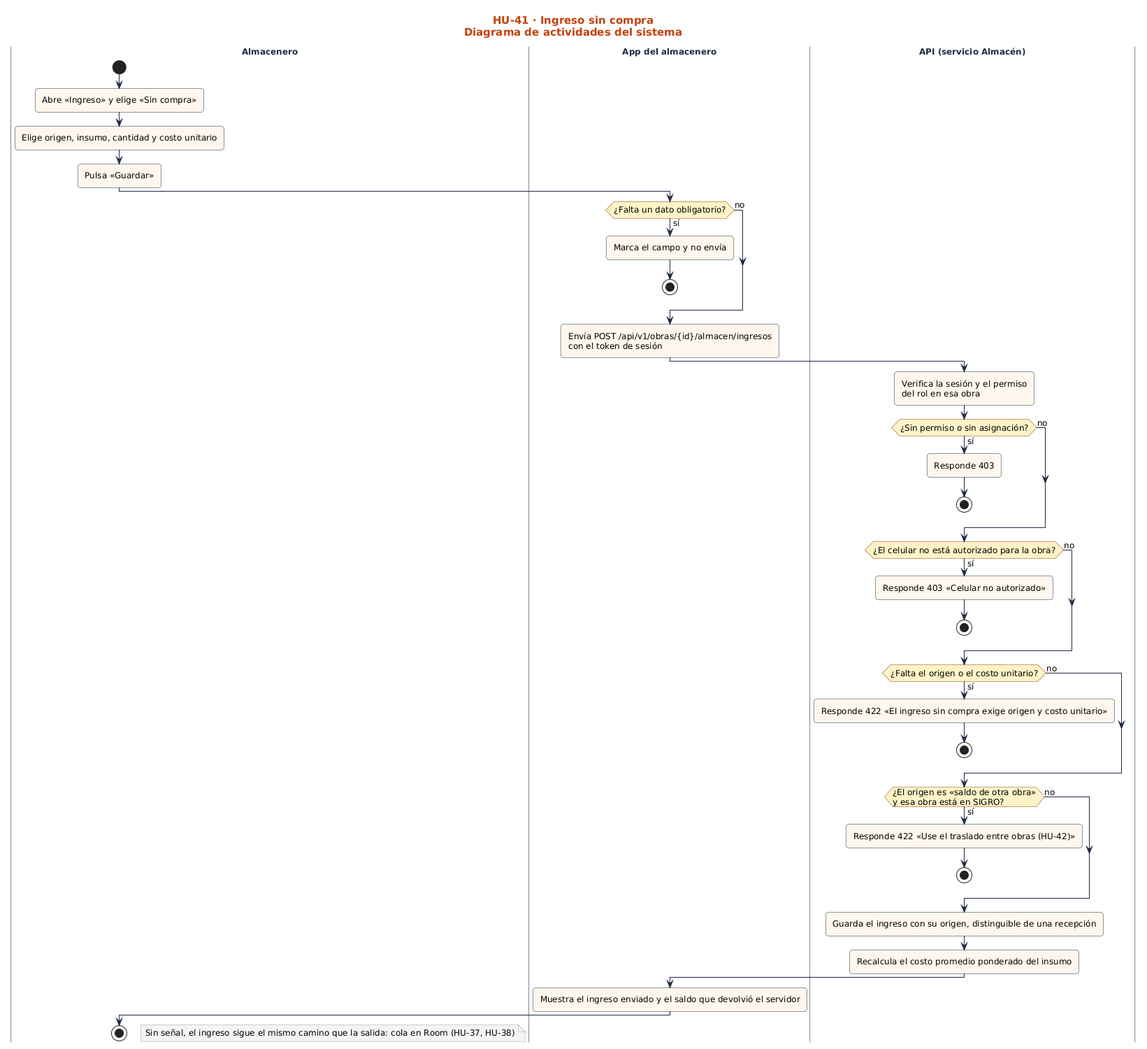
Before: docs/sprint-2/diagramas-hu/hu-41-ingreso-sin-compra/actividades.png, a diagram exported from PlantUML (nandoestebanif/sevens-sigro). Its diagram source:
```plantuml
@startuml
!include ../../estilo.iuml
title HU-41 · Ingreso sin compra\nDiagrama de actividades del sistema
|Almacenero|
start
:Abre «Ingreso» y elige «Sin compra»;
:Elige origen, insumo, cantidad y costo unitario;
:Pulsa «Guardar»;
|App del almacenero|
if (¿Falta un dato obligatorio?) then (sí)
:Marca el campo y no envía;
stop
else (no)
endif
:Envía POST /api/v1/obras/{id}/almacen/ingresos\ncon el token de sesión;
|API (servicio Almacén)|
:Verifica la sesión y el permiso\ndel rol en esa obra;
if (¿Sin permiso o sin asignación?) then (sí)
:Responde 403;
stop
else (no)
endif
if (¿El celular no está autorizado para la obra?) then (sí)
:Responde 403 «Celular no autorizado»;
stop
else (no)
endif
if (¿Falta el origen o el costo unitario?) then (sí)
:Responde 422 «El ingreso sin compra exige origen y costo unitario»;
stop
else (no)
endif
if (¿El origen es «saldo de otra obra»\ny esa obra está en SIGRO?) then (sí)
:Responde 422 «Use el traslado entre obras (HU-42)»;
stop
else (no)
endif
:Guarda el ingreso con su origen, distinguible de una recepción;
:Recalcula el costo promedio ponderado del insumo;
|App del almacenero|
:Muestra el ingreso enviado y el saldo que devolvió el servidor;
|Almacenero|
stop
floating note right: Sin señal, el ingreso sigue el mismo camino que la salida: cola en Room (HU-37, HU-38)
@enduml
```
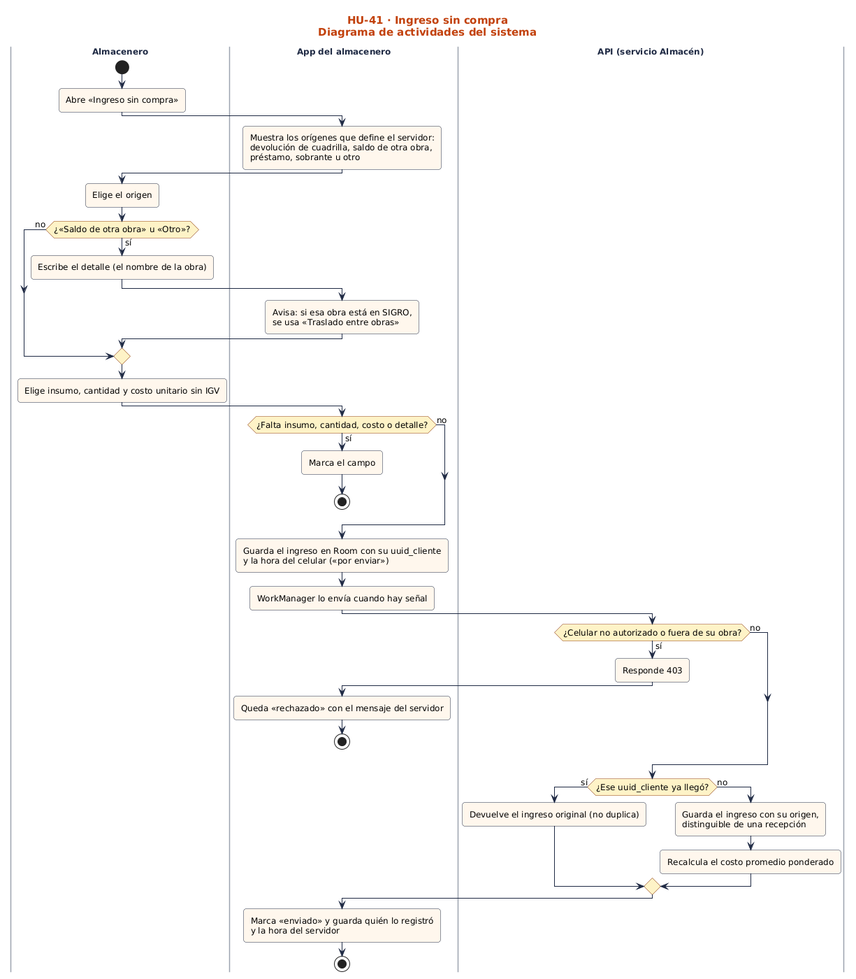
After the commit.

Commit message:
docs(HU-41): diagramas de actividades y secuencia según el código de la app

Change to the diagram source:
```diff
@@ -3,43 +3,43 @@
 title HU-41 · Ingreso sin compra\nDiagrama de actividades del sistema
 |Almacenero|
 start
-:Abre «Ingreso» y elige «Sin compra»;
-:Elige origen, insumo, cantidad y costo unitario;
-:Pulsa «Guardar»;
+:Abre «Ingreso sin compra»;
 |App del almacenero|
-if (¿Falta un dato obligatorio?) then (sí)
-:Marca el campo y no envía;
-stop
+:Muestra los orígenes que define el servidor:\ndevolución de cuadrilla, saldo de otra obra,\npréstamo, sobrante u otro;
+|Almacenero|
+:Elige el origen;
+if (¿«Saldo de otra obra» u «Otro»?) then (sí)
+  :Escribe el detalle (el nombre de la obra);
+  |App del almacenero|
+  :Avisa: si esa obra está en SIGRO,\nse usa «Traslado entre obras»;
 else (no)
 endif
-:Envía POST /api/v1/obras/{id}/almacen/ingresos\ncon el token de sesión;
-|API (servicio Almacén)|
-:Verifica la sesión y el permiso\ndel rol en esa obra;
-if (¿Sin permiso o sin asignación?) then (sí)
-:Responde 403;
-stop
+|Almacenero|
+:Elige insumo, cantidad y costo unitario sin IGV;
+|App del almacenero|
+if (¿Falta insumo, cantidad, costo o detalle?) then (sí)
+  :Marca el campo;
+  stop
 else (no)
 endif
-if (¿El celular no está autorizado para la obra?) then (sí)
-:Responde 403 «Celular no autorizado»;
-stop
+:Guarda el ingreso en Room con su uuid_cliente\ny la hora del celular («por enviar»);
+:WorkManager lo envía cuando hay señal;
+|API (servicio Almacén)|
+if (¿Celular no autorizado o fuera de su obra?) then (sí)
+  :Responde 403;
+  |App del almacenero|
+  :Queda «rechazado» con el mensaje del servidor;
+  stop
 else (no)
 endif
-if (¿Falta el origen o el costo unitario?) then (sí)
-:Responde 422 «El ingreso sin compra exige origen y costo unitario»;
+|API (servicio Almacén)|
+if (¿Ese uuid_cliente ya llegó?) then (sí)
+  :Devuelve el ingreso original (no duplica);
+else (no)
+  :Guarda el ingreso con su origen,\ndistinguible de una recepción;
+  :Recalcula el costo promedio ponderado;
+endif
+|App del almacenero|
+:Marca «enviado» y guarda quién lo registró\ny la hora del servidor;
 stop
-else (no)
-endif
-if (¿El origen es «saldo de otra obra»\ny esa obra está en SIGRO?) then (sí)
-:Responde 422 «Use el traslado entre obras (HU-42)»;
-stop
-else (no)
-endif
-:Guarda el ingreso con su origen, distinguible de una recepción;
-:Recalcula el costo promedio ponderado del insumo;
-|App del almacenero|
-:Muestra el ingreso enviado y el saldo que devolvió el servidor;
-|Almacenero|
-stop
-floating note right: Sin señal, el ingreso sigue el mismo camino que la salida: cola en Room (HU-37, HU-38)
 @enduml
```
